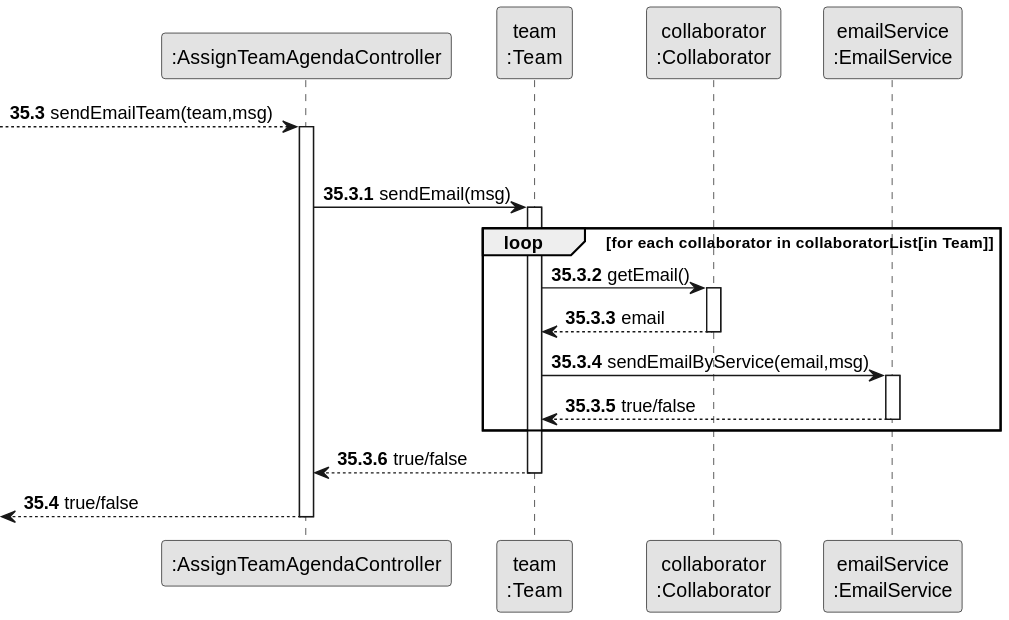
Departamento-de-Engenharia-Informatica/lei-24-s2-1db-g022 keeps this PlantUML diagram as docs/sprint3/us23/03.design/svg/us23-partial-sequence-diagram-send-email.svg. Above is the earlier version.
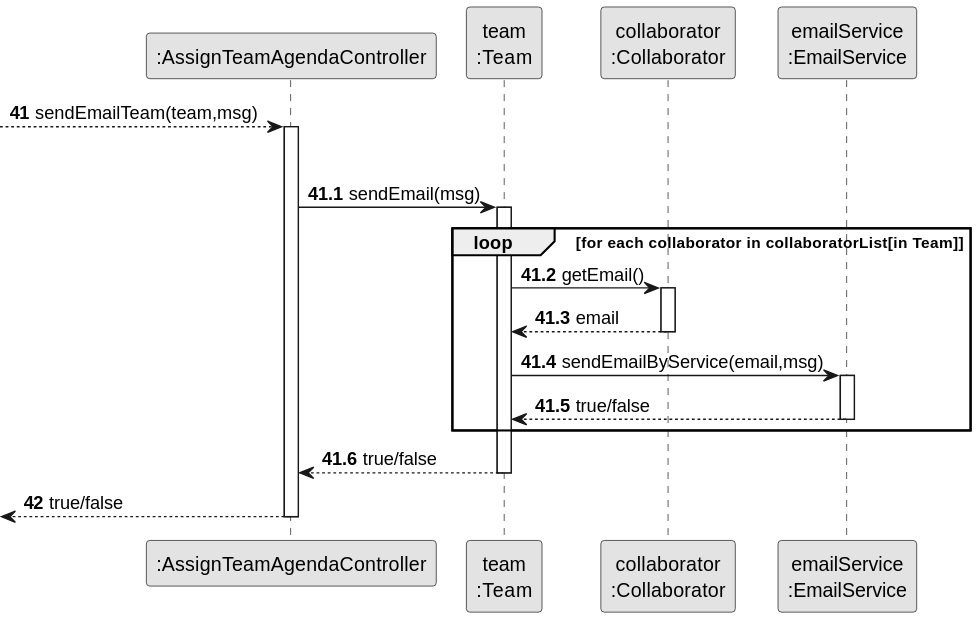
The same file after the commit.

Commit message:
Rectification autonumber US23

What changed in the source:
```diff
@@ -8,11 +8,11 @@
 participant "collaborator\n:Collaborator" as COL
 participant "emailService\n:EmailService" as SERVICE
 
-autonumber 35.3
+autonumber 41
 
 --> CTRL : sendEmailTeam(team,msg)
 
-autonumber 35.3.1
+autonumber 41.1
 
 activate CTRL
 
@@ -47,7 +47,7 @@
 
 deactivate TEAM
 
-autonumber 35.4
+autonumber 42
 
 <--CTRL : true/false
 
```
